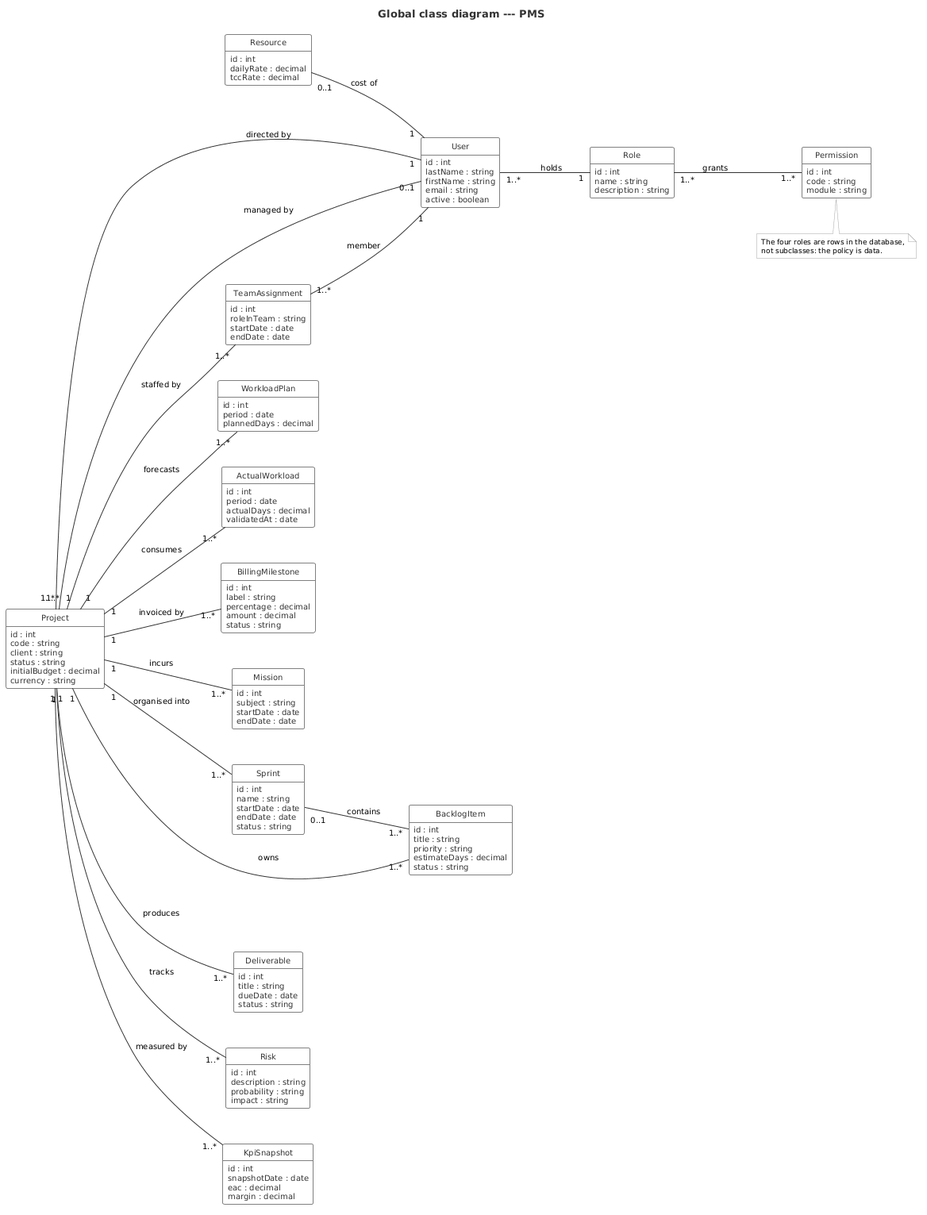
Before: report/Rapport PFE TEKUP LATEX/img/class_global_simple.png, a diagram exported from PlantUML (mazenrakrouki/tekup-pms-platform).
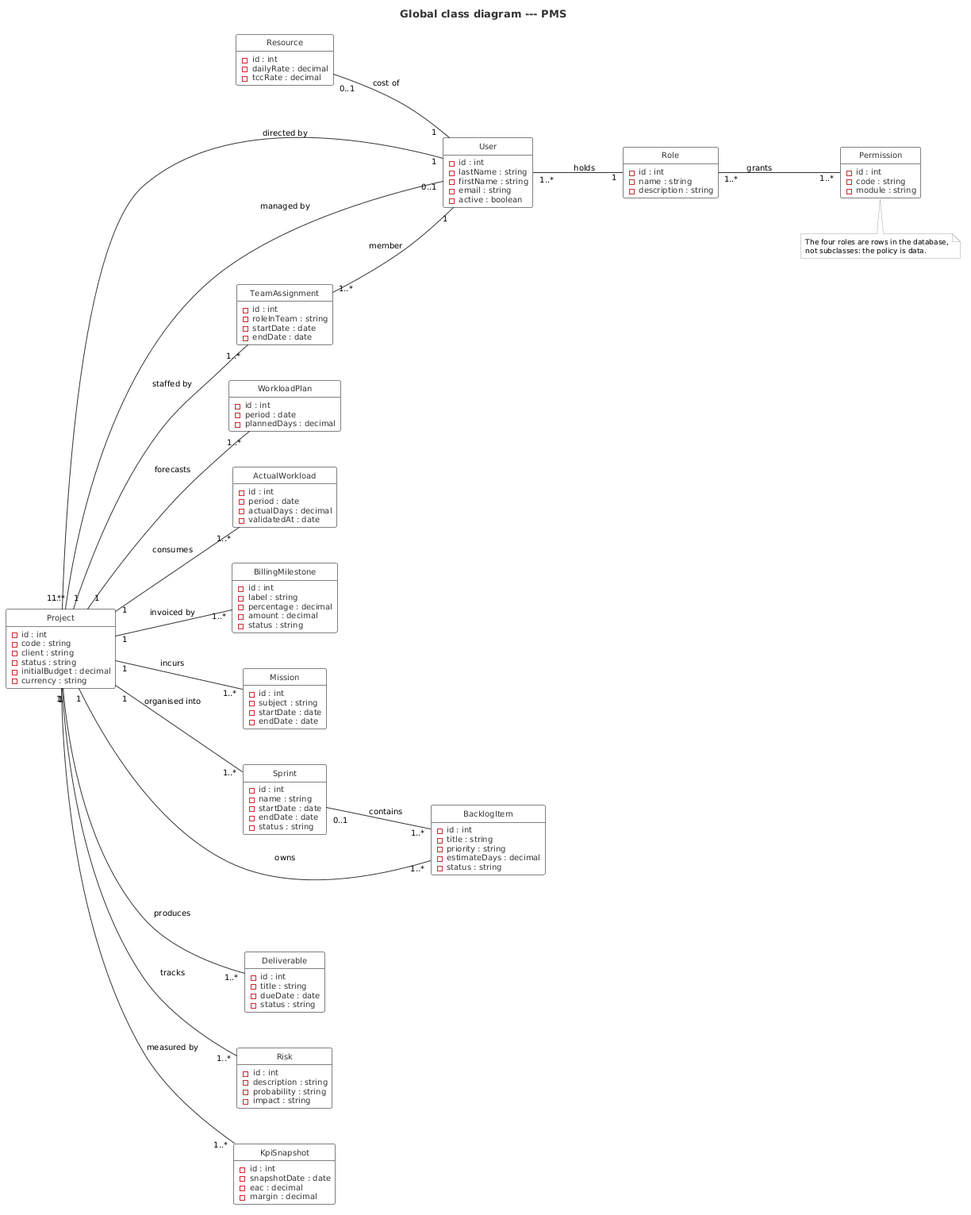
The same file after the commit.

Change to the diagram source:
```diff
@@ -36,110 +36,110 @@
 hide empty methods
 
 class User {
-  id : int
-  lastName : string
-  firstName : string
-  email : string
-  active : boolean
+  - id : int
+  - lastName : string
+  - firstName : string
+  - email : string
+  - active : boolean
 }
 
 class Role {
-  id : int
-  name : string
-  description : string
+  - id : int
+  - name : string
+  - description : string
 }
 
 class Permission {
-  id : int
-  code : string
-  module : string
+  - id : int
+  - code : string
+  - module : string
 }
 
 class Resource {
-  id : int
-  dailyRate : decimal
-  tccRate : decimal
+  - id : int
+  - dailyRate : decimal
+  - tccRate : decimal
 }
 
 class Project {
-  id : int
-  code : string
-  client : string
-  status : string
-  initialBudget : decimal
-  currency : string
+  - id : int
+  - code : string
+  - client : string
+  - status : string
+  - initialBudget : decimal
+  - currency : string
 }
 
 class TeamAssignment {
-  id : int
-  roleInTeam : string
-  startDate : date
-  endDate : date
+  - id : int
+  - roleInTeam : string
+  - startDate : date
+  - endDate : date
 }
 
 class WorkloadPlan {
-  id : int
-  period : date
-  plannedDays : decimal
+  - id : int
+  - period : date
+  - plannedDays : decimal
 }
 
 class ActualWorkload {
-  id : int
-  period : date
-  actualDays : decimal
-  validatedAt : date
+  - id : int
+  - period : date
+  - actualDays : decimal
+  - validatedAt : date
 }
 
 class BillingMilestone {
-  id : int
-  label : string
-  percentage : decimal
-  amount : decimal
-  status : string
+  - id : int
+  - label : string
+  - percentage : decimal
+  - amount : decimal
+  - status : string
 }
 
 class Mission {
-  id : int
-  subject : string
-  startDate : date
-  endDate : date
+  - id : int
+  - subject : string
+  - startDate : date
+  - endDate : date
 }
 
 class Sprint {
-  id : int
-  name : string
-  startDate : date
-  endDate : date
-  status : string
+  - id : int
+  - name : string
+  - startDate : date
+  - endDate : date
+  - status : string
 }
 
 class BacklogItem {
-  id : int
-  title : string
-  priority : string
-  estimateDays : decimal
-  status : string
+  - id : int
+  - title : string
+  - priority : string
+  - estimateDays : decimal
+  - status : string
 }
 
 class Deliverable {
-  id : int
-  title : string
-  dueDate : date
-  status : string
+  - id : int
+  - title : string
+  - dueDate : date
+  - status : string
 }
 
 class Risk {
-  id : int
-  description : string
-  probability : string
-  impact : string
+  - id : int
+  - description : string
+  - probability : string
+  - impact : string
 }
 
 class KpiSnapshot {
-  id : int
-  snapshotDate : date
-  eac : decimal
-  margin : decimal
+  - id : int
+  - snapshotDate : date
+  - eac : decimal
+  - margin : decimal
 }
 
 User "1..*" -- "1" Role          : holds
```
